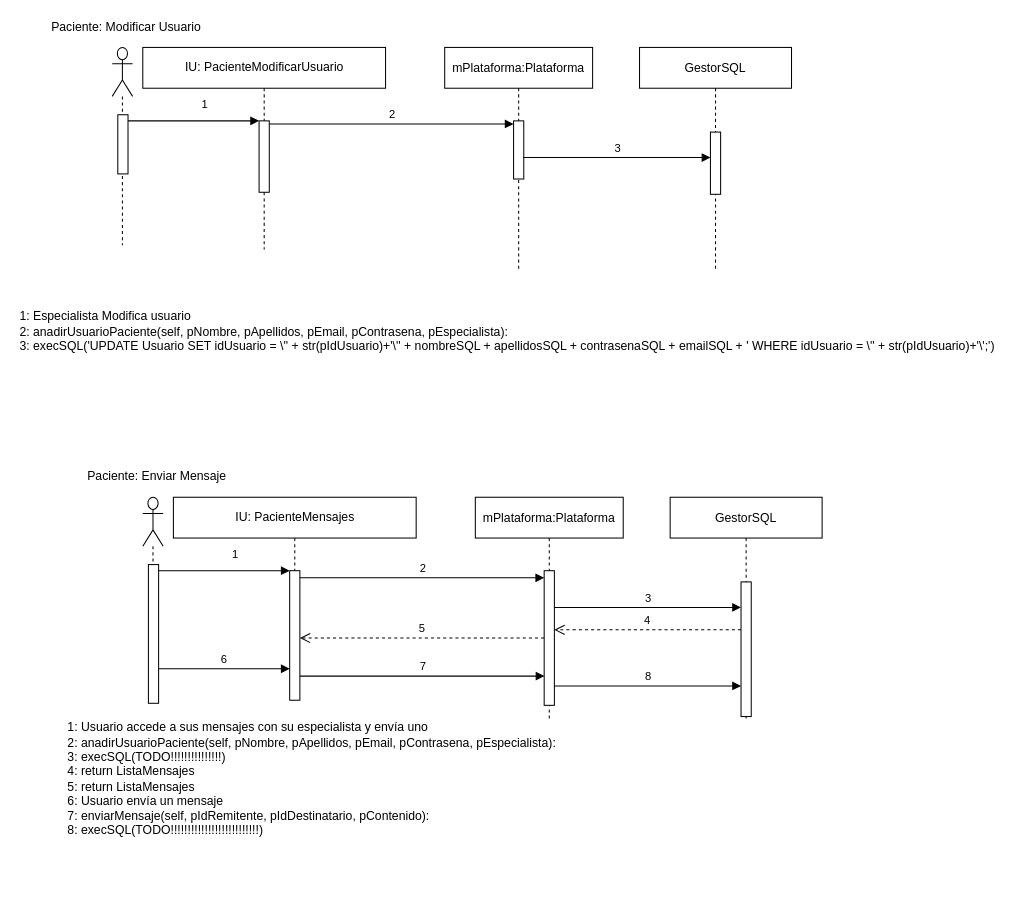
javierpm997/TFG keeps this draw.io diagram as Documentación/3. - Análisis y diseño/Diagramas de Secuencia Paciente.drawio. Above is the earlier version. Source tidied: cells renumbered, new cells numbered last; positions are measured from the earlier drawing's top-left corner, leaving out a move shared by most shapes. Both pictures are drawn from the tidied source at 102%, with x=0, y=0 at pixel (17, 17).
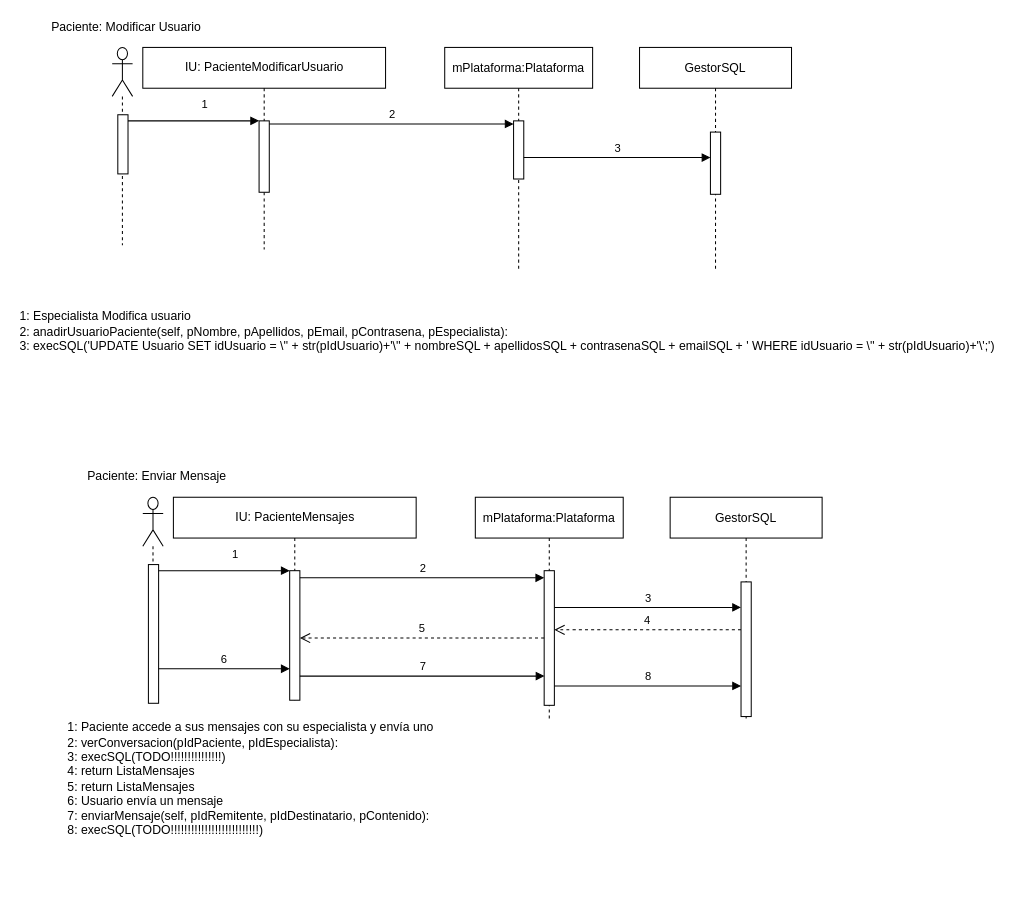
Above is the later version.

Commit message (it also covers changes not shown here):
Añadidas funcionalidades de añadir/modificar/borrar dispositivo y tipo e análisis. Acabada funcionalidad de mensajes

The edit, as a diff of the source:
```diff
@@
-    <mxCell id="14" value="&lt;div style=&quot;text-align: justify&quot;&gt;&lt;span&gt;1: Usuario accede a sus mensajes con su especialista y envía uno&lt;/span&gt;&lt;/div&gt;&lt;div style=&quot;text-align: justify&quot;&gt;&lt;/div&gt;&lt;span style=&quot;text-align: justify&quot;&gt;2: anadirUsuarioPaciente(self, pNombre, pApellidos, pEmail, pContrasena, pEspecialista):&lt;br&gt;3:&amp;nbsp;&lt;/span&gt;&lt;span style=&quot;text-align: justify&quot;&gt;execSQL(TODO!!!!!!!!!!!!!!!)&lt;br&gt;4: return ListaMensajes&lt;br&gt;5: return ListaMensajes&lt;br&gt;6: Usuario envía un mensaje&lt;br&gt;7: enviarMensaje(self, pIdRemitente, pIdDestinatario, pContenido):&lt;br&gt;8: execSQL(TODO!!!!!!!!!!!!!!!!!!!!!!!!!!)&lt;br&gt;&lt;/span&gt;&lt;span style=&quot;text-align: justify&quot;&gt;&lt;br&gt;&lt;/span&gt;&lt;span style=&quot;text-align: justify&quot;&gt;&lt;br&gt;&lt;/span&gt;&lt;span style=&quot;text-align: justify&quot;&gt;&lt;div&gt;&lt;br&gt;&lt;/div&gt;&lt;/span&gt;&lt;span style=&quot;text-align: justify&quot;&gt;&lt;div&gt;&lt;br&gt;&lt;/div&gt;&lt;/span&gt;" style="text;html=1;align=left;verticalAlign=middle;strokeColor=none;" parent="1" vertex="1">
-      <mxGeometry x="47" y="689" width="489" height="172" as="geometry" />
+    <mxCell id="14" value="&lt;div style=&quot;text-align: justify&quot;&gt;&lt;span&gt;1: Paciente accede a sus mensajes con su especialista y envía uno&lt;/span&gt;&lt;/div&gt;&lt;div style=&quot;text-align: justify&quot;&gt;&lt;/div&gt;&lt;span style=&quot;text-align: justify&quot;&gt;2: verConversacion(pIdPaciente, pIdEspecialista):&lt;br&gt;3:&amp;nbsp;&lt;/span&gt;&lt;span style=&quot;text-align: justify&quot;&gt;execSQL(TODO!!!!!!!!!!!!!!!)&lt;br&gt;4: return ListaMensajes&lt;br&gt;5: return ListaMensajes&lt;br&gt;6: Usuario envía un mensaje&lt;br&gt;7: enviarMensaje(self, pIdRemitente, pIdDestinatario, pContenido):&lt;br&gt;8: execSQL(TODO!!!!!!!!!!!!!!!!!!!!!!!!!!)&lt;br&gt;&lt;/span&gt;&lt;span style=&quot;text-align: justify&quot;&gt;&lt;br&gt;&lt;/span&gt;&lt;span style=&quot;text-align: justify&quot;&gt;&lt;br&gt;&lt;/span&gt;&lt;span style=&quot;text-align: justify&quot;&gt;&lt;div&gt;&lt;br&gt;&lt;/div&gt;&lt;/span&gt;&lt;span style=&quot;text-align: justify&quot;&gt;&lt;div&gt;&lt;br&gt;&lt;/div&gt;&lt;/span&gt;" style="text;html=1;align=left;verticalAlign=middle;strokeColor=none;" parent="1" vertex="1">
+      <mxGeometry x="47" y="689" width="369" height="172" as="geometry" />
     </mxCell>
```
